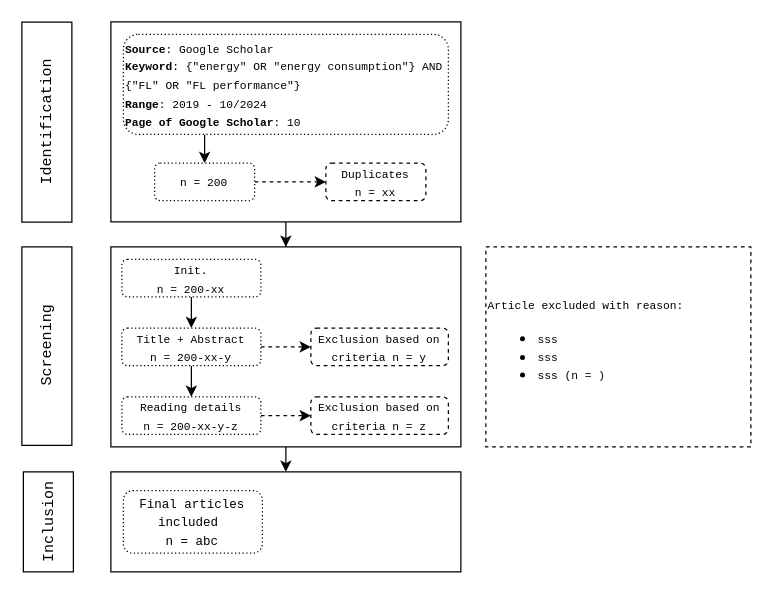
This is Biểu đồ không có tiêu đề.drawio from HuongDM1896/Drawio, a draw.io file, before an edit. Source tidied: cells renumbered, new cells numbered last; positions are measured from the earlier drawing's top-left corner, leaving out a move shared by most shapes. Both pictures are drawn from the tidied source at 125%, with x=0, y=0 at pixel (-54, 21).
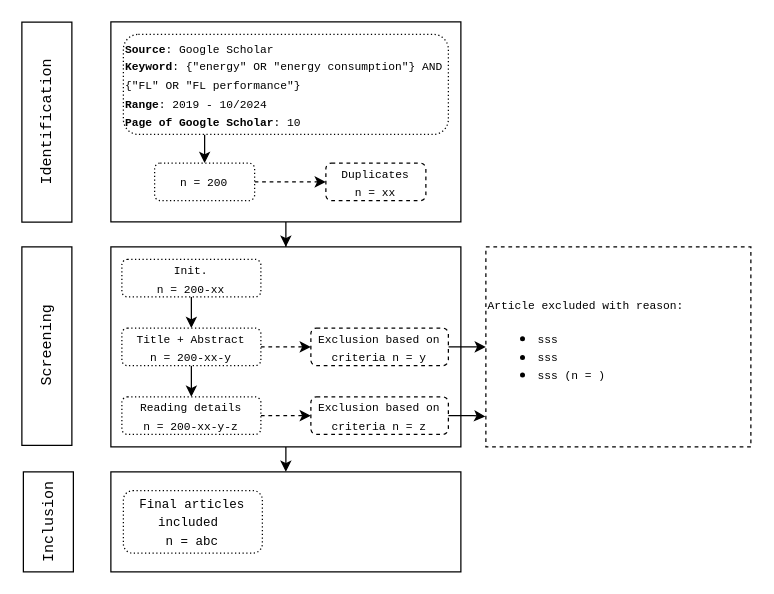
After the change.

Unchanged cells that the change refers to:
```xml
<mxCell id="19" value="&lt;div&gt;&lt;font style=&quot;font-size: 9px;&quot; face=&quot;Courier New&quot;&gt;Exclusion based on criteria n = y&lt;/font&gt;&lt;/div&gt;" style="rounded=1;whiteSpace=wrap;html=1;dashed=1;" parent="1" vertex="1">
  <mxGeometry x="291.2" y="245" width="110" height="30" as="geometry" />
</mxCell>
<mxCell id="22" value="&lt;div&gt;&lt;font style=&quot;font-size: 9px;&quot; face=&quot;Courier New&quot;&gt;Exclusion based on criteria n = z&lt;/font&gt;&lt;/div&gt;" style="rounded=1;whiteSpace=wrap;html=1;dashed=1;" parent="1" vertex="1">
  <mxGeometry x="291.2" y="300" width="110" height="30" as="geometry" />
</mxCell>
<mxCell id="25" value="&lt;font style=&quot;font-size: 9px;&quot; face=&quot;Courier New&quot;&gt;Article excluded with reason:&lt;/font&gt;&lt;div&gt;&lt;ul&gt;&lt;li&gt;&lt;font style=&quot;font-size: 9px;&quot; face=&quot;Courier New&quot;&gt;sss&lt;/font&gt;&lt;/li&gt;&lt;li&gt;&lt;font style=&quot;font-size: 9px;&quot; face=&quot;Courier New&quot;&gt;sss&lt;/font&gt;&lt;/li&gt;&lt;li&gt;&lt;font style=&quot;font-size: 9px;&quot; face=&quot;Courier New&quot;&gt;sss (n = )&lt;/font&gt;&lt;/li&gt;&lt;/ul&gt;&lt;/div&gt;" style="rounded=0;whiteSpace=wrap;html=1;align=left;dashed=1;" parent="1" vertex="1">
  <mxGeometry x="431.2" y="180" width="212" height="160" as="geometry" />
</mxCell>
```

The edit, as a diff of the source:
```diff
@@
+    <mxCell id="26" style="edgeStyle=orthogonalEdgeStyle;rounded=0;jettySize=auto;html=1;entryX=0;entryY=0.5;entryDx=0;entryDy=0;" parent="1" edge="1" source="19" target="25">
+      <mxGeometry relative="1" as="geometry" />
+    </mxCell>
@@
+    <mxCell id="27" style="edgeStyle=orthogonalEdgeStyle;rounded=0;jettySize=auto;html=1;entryX=-0.002;entryY=0.848;entryDx=0;entryDy=0;entryPerimeter=0;" parent="1" edge="1" source="22" target="25">
+      <mxGeometry relative="1" as="geometry" />
+    </mxCell>
```
